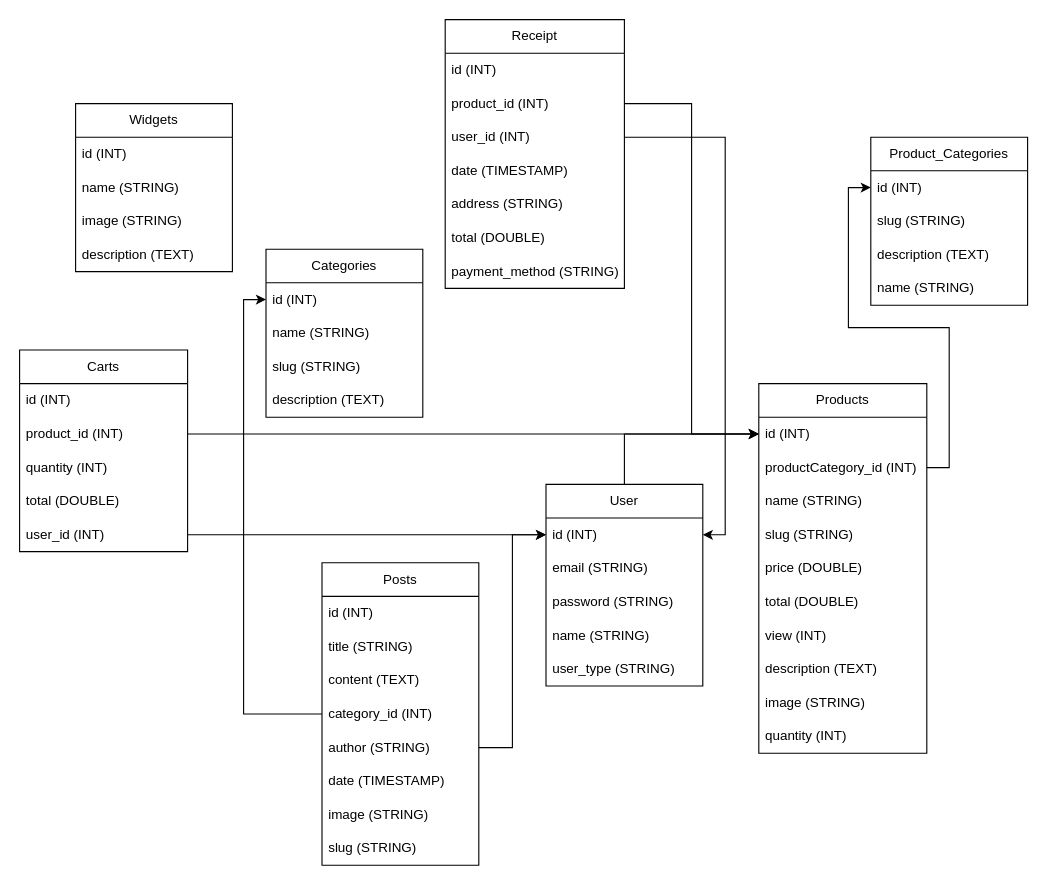
This is db.drawio from TrieuHongKy/PHP3_WebsiteBanGiay, a draw.io file, before an edit. Source tidied: cells renumbered, new cells numbered last; positions are measured from the earlier drawing's top-left corner, leaving out a move shared by most shapes. Both pictures are drawn from the tidied source at 112%, with x=0, y=0 at pixel (19, 19).
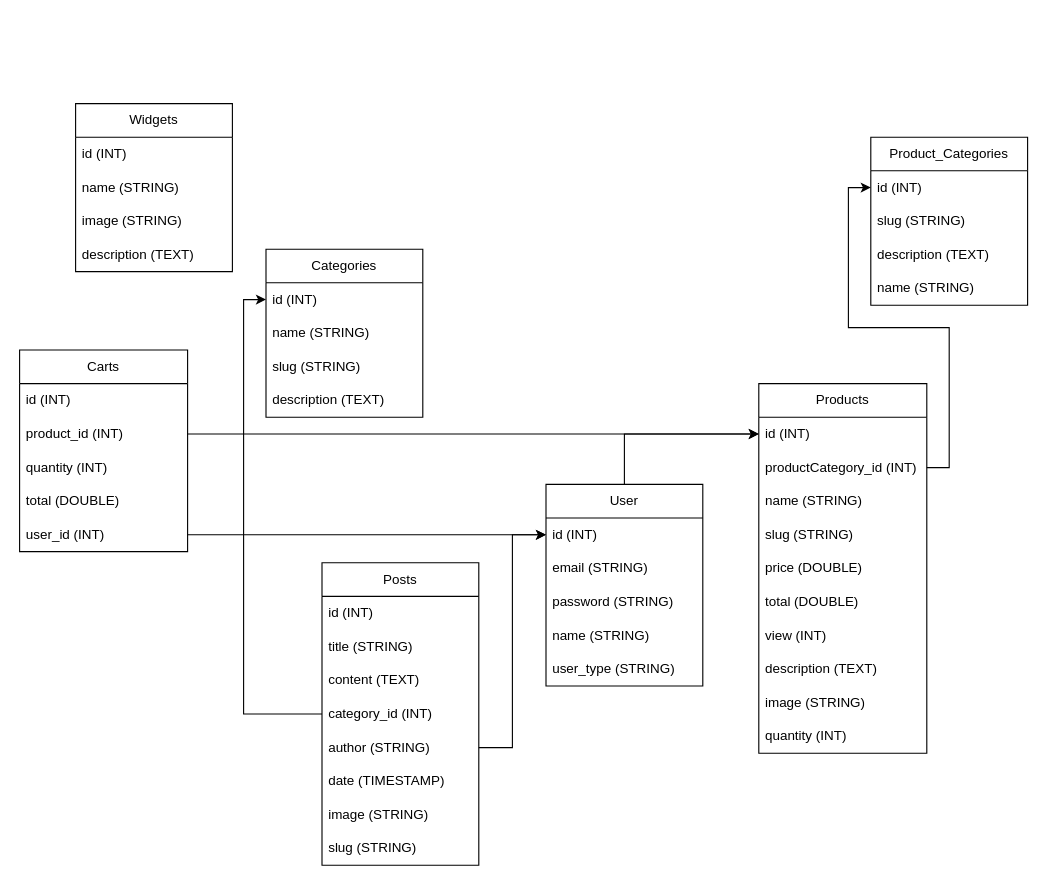
The same diagram, later.

Unchanged cells that the change refers to:
```xml
<mxCell id="3" value="id (INT)" style="text;strokeColor=none;fillColor=none;align=left;verticalAlign=middle;spacingLeft=4;spacingRight=4;overflow=hidden;points=[[0,0.5],[1,0.5]];portConstraint=eastwest;whiteSpace=wrap;html=1;" parent="2" vertex="1">
  <mxGeometry y="30" width="150" height="30" as="geometry" />
</mxCell>
<mxCell id="52" value="id (INT)" style="text;strokeColor=none;fillColor=none;align=left;verticalAlign=middle;spacingLeft=4;spacingRight=4;overflow=hidden;points=[[0,0.5],[1,0.5]];portConstraint=eastwest;whiteSpace=wrap;html=1;" parent="51" vertex="1">
  <mxGeometry y="30" width="140" height="30" as="geometry" />
</mxCell>
```

The edit, as a diff of the source:
```diff
@@
-    <mxCell id="29" value="Receipt" style="swimlane;fontStyle=0;horizontal=1;startSize=30;whiteSpace=wrap;html=1;" parent="1" vertex="1">
-      <mxGeometry x="380" width="160" height="240" as="geometry" />
-    </mxCell>
-    <mxCell id="30" value="id (INT)" style="text;strokeColor=none;fillColor=none;align=left;verticalAlign=middle;spacingLeft=4;spacingRight=4;overflow=hidden;whiteSpace=wrap;html=1;" parent="29" vertex="1">
-      <mxGeometry y="30" width="160" height="30" as="geometry" />
-    </mxCell>
-    <mxCell id="31" value="product_id (INT)" style="text;strokeColor=none;fillColor=none;align=left;verticalAlign=middle;spacingLeft=4;spacingRight=4;overflow=hidden;points=[[0,0.5],[1,0.5]];portConstraint=eastwest;whiteSpace=wrap;html=1;" parent="29" vertex="1">
-      <mxGeometry y="60" width="160" height="30" as="geometry" />
-    </mxCell>
-    <mxCell id="32" value="user_id (INT)" style="text;strokeColor=none;fillColor=none;align=left;verticalAlign=middle;spacingLeft=4;spacingRight=4;overflow=hidden;points=[[0,0.5],[1,0.5]];portConstraint=eastwest;whiteSpace=wrap;html=1;" parent="29" vertex="1">
-      <mxGeometry y="90" width="160" height="30" as="geometry" />
-    </mxCell>
-    <mxCell id="33" value="date (TIMESTAMP)" style="text;strokeColor=none;fillColor=none;align=left;verticalAlign=middle;spacingLeft=4;spacingRight=4;overflow=hidden;whiteSpace=wrap;html=1;" parent="29" vertex="1">
-      <mxGeometry y="120" width="160" height="30" as="geometry" />
-    </mxCell>
-    <mxCell id="34" value="address (STRING)" style="text;strokeColor=none;fillColor=none;align=left;verticalAlign=middle;spacingLeft=4;spacingRight=4;overflow=hidden;whiteSpace=wrap;html=1;" parent="29" vertex="1">
-      <mxGeometry y="150" width="160" height="30" as="geometry" />
-    </mxCell>
-    <mxCell id="35" value="total (DOUBLE)" style="text;strokeColor=none;fillColor=none;align=left;verticalAlign=middle;spacingLeft=4;spacingRight=4;overflow=hidden;whiteSpace=wrap;html=1;" parent="29" vertex="1">
-      <mxGeometry y="180" width="160" height="30" as="geometry" />
-    </mxCell>
-    <mxCell id="36" value="payment_method (STRING)" style="text;strokeColor=none;fillColor=none;align=left;verticalAlign=middle;spacingLeft=4;spacingRight=4;overflow=hidden;whiteSpace=wrap;html=1;" parent="29" vertex="1">
-      <mxGeometry y="210" width="160" height="30" as="geometry" />
-    </mxCell>
@@
-    <mxCell id="46" style="edgeStyle=orthogonalEdgeStyle;rounded=0;jettySize=auto;html=1;" parent="1" edge="1" source="31" target="3">
-      <mxGeometry relative="1" as="geometry" />
-    </mxCell>
@@
-    <mxCell id="64" style="edgeStyle=orthogonalEdgeStyle;rounded=0;jettySize=auto;html=1;entryX=1;entryY=0.5;entryDx=0;entryDy=0;" parent="1" edge="1" source="32" target="52">
-      <mxGeometry relative="1" as="geometry" />
-    </mxCell>
```
